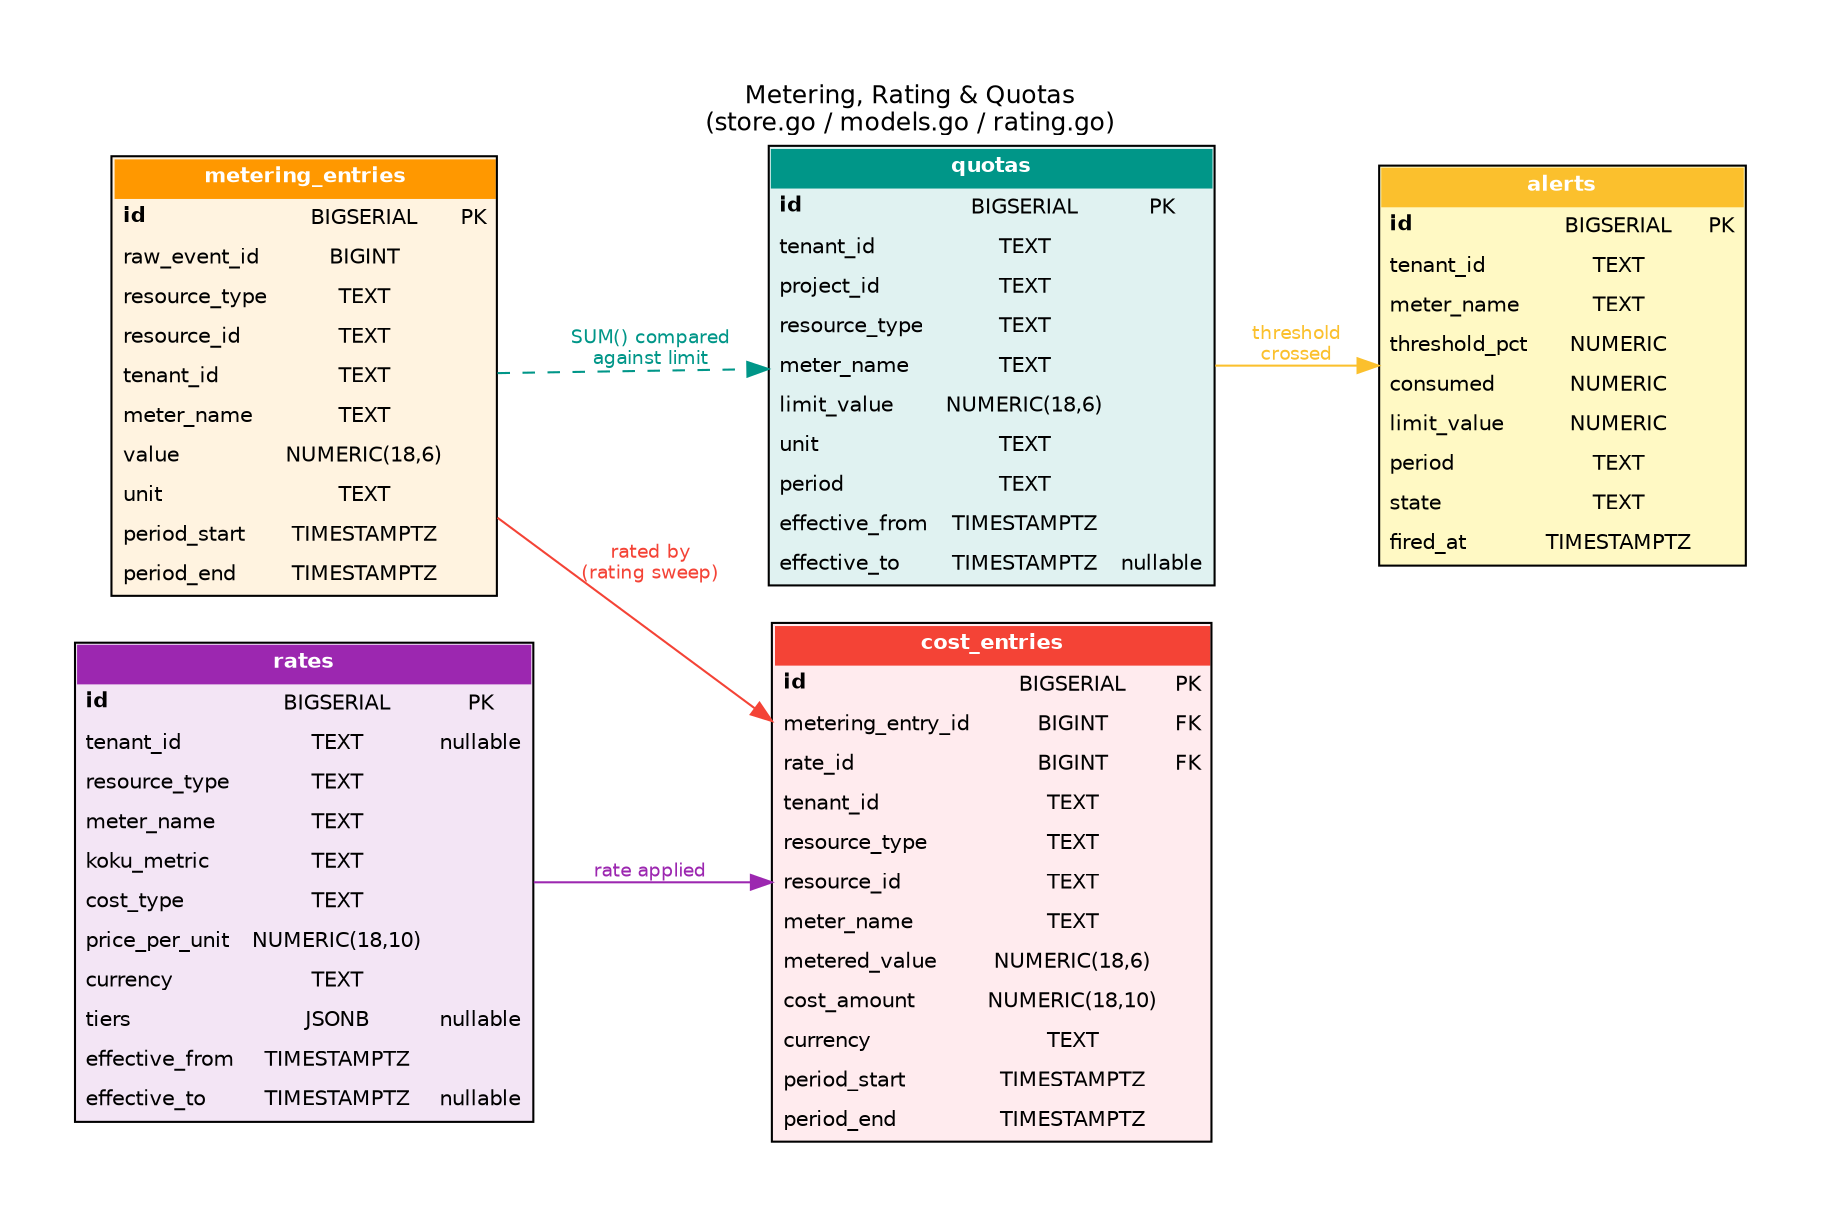
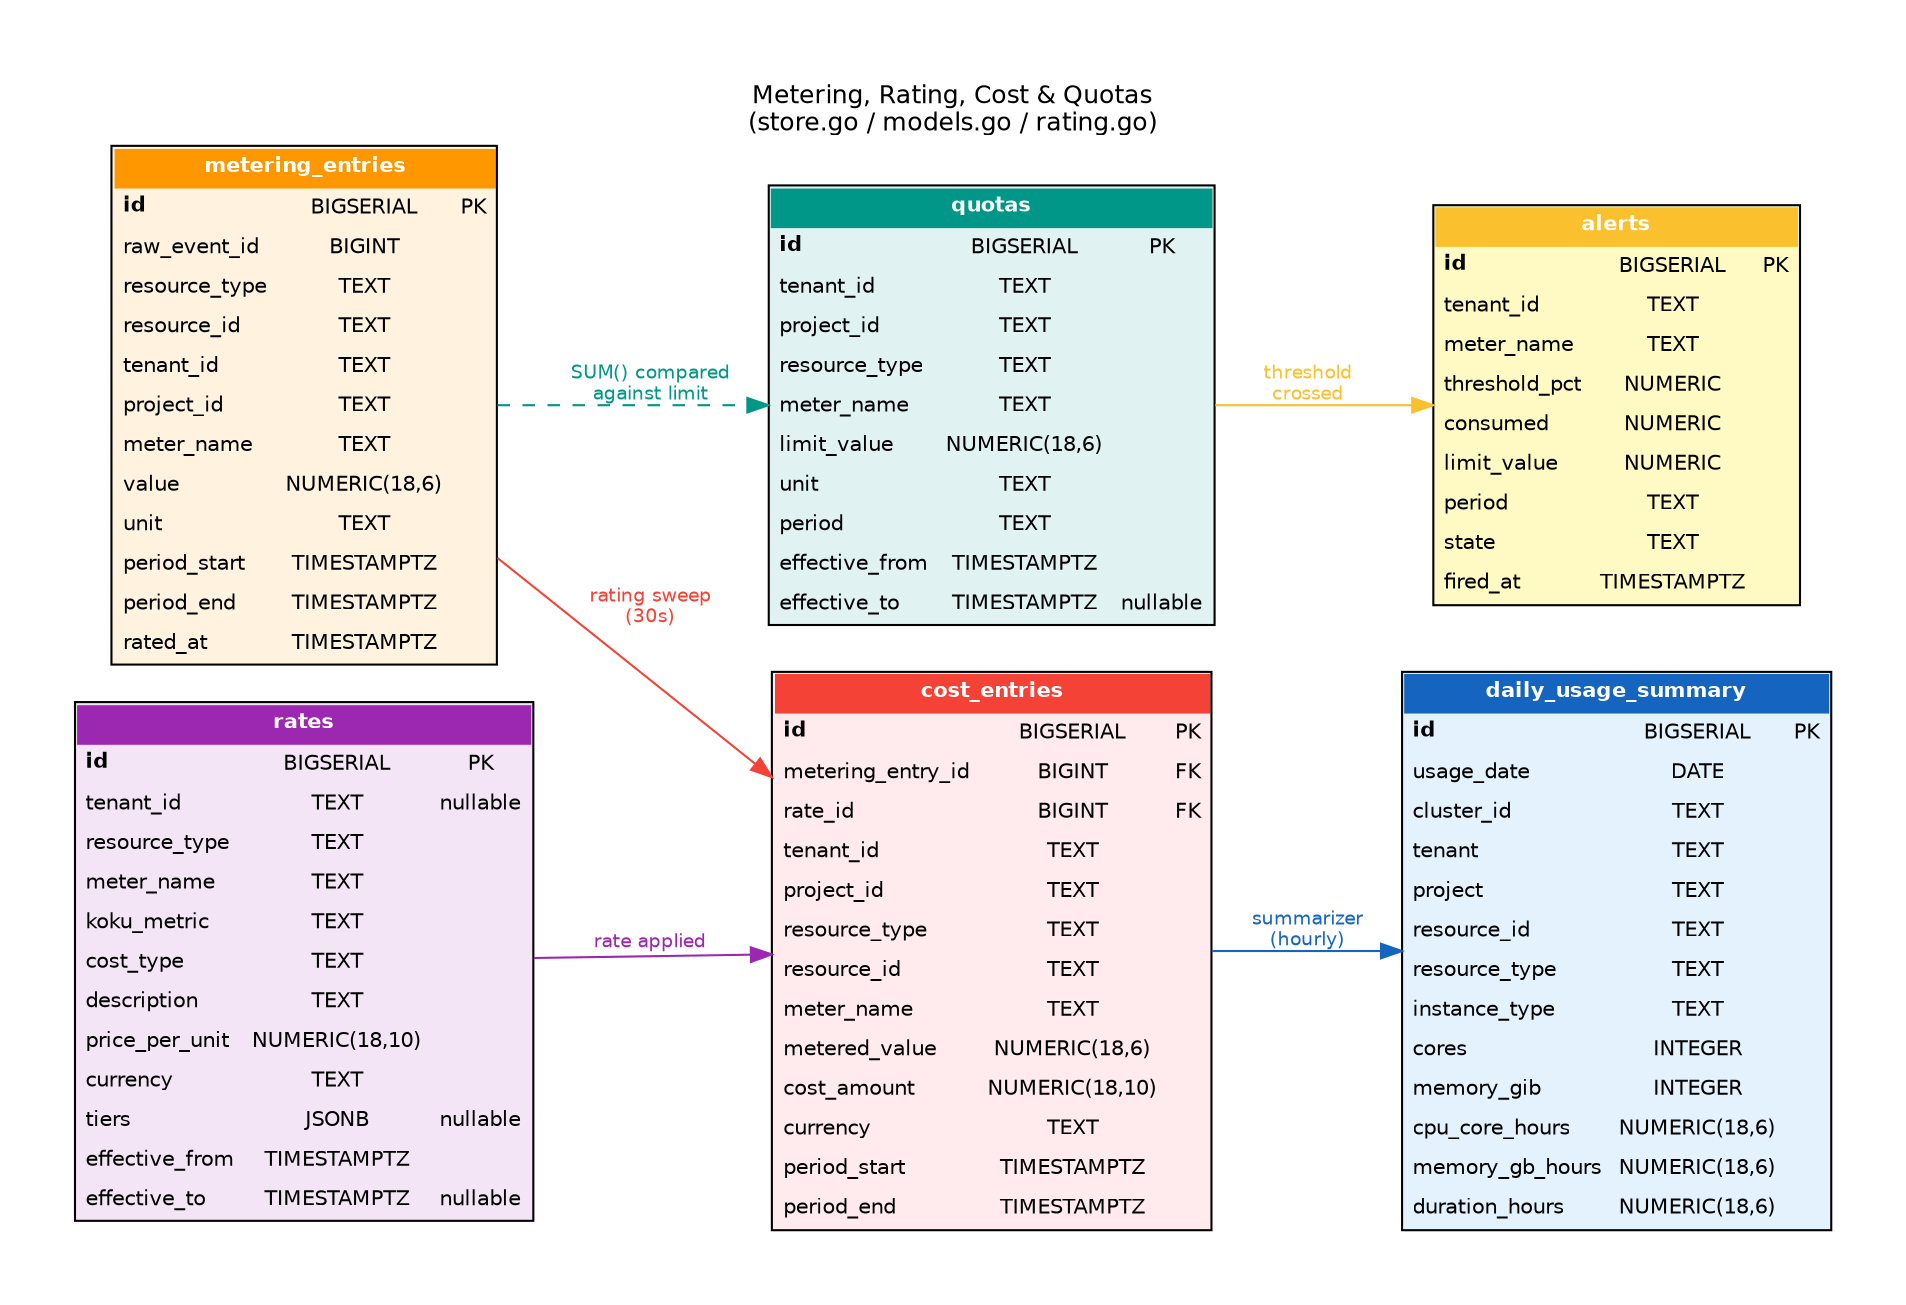
- // ERD: Metering, Rating & Quotas
- // Tables that track usage, apply rates, compute cost, and enforce quotas.
+ // ERD: Metering, Rating, Cost & Quotas
+ // Tables that track usage, apply rates, compute cost, enforce quotas,
+ // and aggregate daily summaries.
//
// Source: inventory-watcher/internal/inventory/store.go (schema)
// Models: inventory-watcher/internal/inventory/models.go
// Rating: inventory-watcher/internal/rating/rating.go

digraph erd_metering_cost {
    graph [
        rankdir=LR
        fontname="Helvetica"
        fontsize=12
-         label="Metering, Rating & Quotas\n(store.go / models.go / rating.go)"
+         label="Metering, Rating, Cost & Quotas\n(store.go / models.go / rating.go)"
        labelloc=t
        bgcolor=white
        pad=0.5
    ]
    node [
        shape=plain
        fontname="Helvetica"
        fontsize=10
    ]
    edge [
        fontname="Helvetica"
        fontsize=9
        color="#666666"
    ]

    metering_entries [label=<
        <TABLE BORDER="1" CELLBORDER="0" CELLSPACING="0" CELLPADDING="4" BGCOLOR="#FFF3E0">
            <TR><TD COLSPAN="3" BGCOLOR="#FF9800"><FONT COLOR="white"><B>metering_entries</B></FONT></TD></TR>
            <TR><TD ALIGN="LEFT"><B>id</B></TD><TD>BIGSERIAL</TD><TD>PK</TD></TR>
            <TR><TD ALIGN="LEFT">raw_event_id</TD><TD>BIGINT</TD><TD></TD></TR>
            <TR><TD ALIGN="LEFT">resource_type</TD><TD>TEXT</TD><TD></TD></TR>
            <TR><TD ALIGN="LEFT">resource_id</TD><TD>TEXT</TD><TD></TD></TR>
            <TR><TD ALIGN="LEFT">tenant_id</TD><TD>TEXT</TD><TD></TD></TR>
+             <TR><TD ALIGN="LEFT">project_id</TD><TD>TEXT</TD><TD></TD></TR>
            <TR><TD ALIGN="LEFT">meter_name</TD><TD>TEXT</TD><TD></TD></TR>
            <TR><TD ALIGN="LEFT">value</TD><TD>NUMERIC(18,6)</TD><TD></TD></TR>
            <TR><TD ALIGN="LEFT">unit</TD><TD>TEXT</TD><TD></TD></TR>
            <TR><TD ALIGN="LEFT">period_start</TD><TD>TIMESTAMPTZ</TD><TD></TD></TR>
            <TR><TD ALIGN="LEFT">period_end</TD><TD>TIMESTAMPTZ</TD><TD></TD></TR>
+             <TR><TD ALIGN="LEFT">rated_at</TD><TD>TIMESTAMPTZ</TD><TD></TD></TR>
        </TABLE>
    >]

    rates [label=<
        <TABLE BORDER="1" CELLBORDER="0" CELLSPACING="0" CELLPADDING="4" BGCOLOR="#F3E5F5">
            <TR><TD COLSPAN="3" BGCOLOR="#9C27B0"><FONT COLOR="white"><B>rates</B></FONT></TD></TR>
            <TR><TD ALIGN="LEFT"><B>id</B></TD><TD>BIGSERIAL</TD><TD>PK</TD></TR>
            <TR><TD ALIGN="LEFT">tenant_id</TD><TD>TEXT</TD><TD>nullable</TD></TR>
            <TR><TD ALIGN="LEFT">resource_type</TD><TD>TEXT</TD><TD></TD></TR>
            <TR><TD ALIGN="LEFT">meter_name</TD><TD>TEXT</TD><TD></TD></TR>
            <TR><TD ALIGN="LEFT">koku_metric</TD><TD>TEXT</TD><TD></TD></TR>
            <TR><TD ALIGN="LEFT">cost_type</TD><TD>TEXT</TD><TD></TD></TR>
+             <TR><TD ALIGN="LEFT">description</TD><TD>TEXT</TD><TD></TD></TR>
            <TR><TD ALIGN="LEFT">price_per_unit</TD><TD>NUMERIC(18,10)</TD><TD></TD></TR>
            <TR><TD ALIGN="LEFT">currency</TD><TD>TEXT</TD><TD></TD></TR>
            <TR><TD ALIGN="LEFT">tiers</TD><TD>JSONB</TD><TD>nullable</TD></TR>
            <TR><TD ALIGN="LEFT">effective_from</TD><TD>TIMESTAMPTZ</TD><TD></TD></TR>
            <TR><TD ALIGN="LEFT">effective_to</TD><TD>TIMESTAMPTZ</TD><TD>nullable</TD></TR>
        </TABLE>
    >]

    cost_entries [label=<
        <TABLE BORDER="1" CELLBORDER="0" CELLSPACING="0" CELLPADDING="4" BGCOLOR="#FFEBEE">
            <TR><TD COLSPAN="3" BGCOLOR="#F44336"><FONT COLOR="white"><B>cost_entries</B></FONT></TD></TR>
            <TR><TD ALIGN="LEFT"><B>id</B></TD><TD>BIGSERIAL</TD><TD>PK</TD></TR>
            <TR><TD ALIGN="LEFT">metering_entry_id</TD><TD>BIGINT</TD><TD>FK</TD></TR>
            <TR><TD ALIGN="LEFT">rate_id</TD><TD>BIGINT</TD><TD>FK</TD></TR>
            <TR><TD ALIGN="LEFT">tenant_id</TD><TD>TEXT</TD><TD></TD></TR>
+             <TR><TD ALIGN="LEFT">project_id</TD><TD>TEXT</TD><TD></TD></TR>
            <TR><TD ALIGN="LEFT">resource_type</TD><TD>TEXT</TD><TD></TD></TR>
            <TR><TD ALIGN="LEFT">resource_id</TD><TD>TEXT</TD><TD></TD></TR>
            <TR><TD ALIGN="LEFT">meter_name</TD><TD>TEXT</TD><TD></TD></TR>
            <TR><TD ALIGN="LEFT">metered_value</TD><TD>NUMERIC(18,6)</TD><TD></TD></TR>
            <TR><TD ALIGN="LEFT">cost_amount</TD><TD>NUMERIC(18,10)</TD><TD></TD></TR>
            <TR><TD ALIGN="LEFT">currency</TD><TD>TEXT</TD><TD></TD></TR>
            <TR><TD ALIGN="LEFT">period_start</TD><TD>TIMESTAMPTZ</TD><TD></TD></TR>
            <TR><TD ALIGN="LEFT">period_end</TD><TD>TIMESTAMPTZ</TD><TD></TD></TR>
+         </TABLE>
+     >]
+ 
+     daily_usage_summary [label=<
+         <TABLE BORDER="1" CELLBORDER="0" CELLSPACING="0" CELLPADDING="4" BGCOLOR="#E3F2FD">
+             <TR><TD COLSPAN="3" BGCOLOR="#1565C0"><FONT COLOR="white"><B>daily_usage_summary</B></FONT></TD></TR>
+             <TR><TD ALIGN="LEFT"><B>id</B></TD><TD>BIGSERIAL</TD><TD>PK</TD></TR>
+             <TR><TD ALIGN="LEFT">usage_date</TD><TD>DATE</TD><TD></TD></TR>
+             <TR><TD ALIGN="LEFT">cluster_id</TD><TD>TEXT</TD><TD></TD></TR>
+             <TR><TD ALIGN="LEFT">tenant</TD><TD>TEXT</TD><TD></TD></TR>
+             <TR><TD ALIGN="LEFT">project</TD><TD>TEXT</TD><TD></TD></TR>
+             <TR><TD ALIGN="LEFT">resource_id</TD><TD>TEXT</TD><TD></TD></TR>
+             <TR><TD ALIGN="LEFT">resource_type</TD><TD>TEXT</TD><TD></TD></TR>
+             <TR><TD ALIGN="LEFT">instance_type</TD><TD>TEXT</TD><TD></TD></TR>
+             <TR><TD ALIGN="LEFT">cores</TD><TD>INTEGER</TD><TD></TD></TR>
+             <TR><TD ALIGN="LEFT">memory_gib</TD><TD>INTEGER</TD><TD></TD></TR>
+             <TR><TD ALIGN="LEFT">cpu_core_hours</TD><TD>NUMERIC(18,6)</TD><TD></TD></TR>
+             <TR><TD ALIGN="LEFT">memory_gb_hours</TD><TD>NUMERIC(18,6)</TD><TD></TD></TR>
+             <TR><TD ALIGN="LEFT">duration_hours</TD><TD>NUMERIC(18,6)</TD><TD></TD></TR>
        </TABLE>
    >]

    quotas [label=<
        <TABLE BORDER="1" CELLBORDER="0" CELLSPACING="0" CELLPADDING="4" BGCOLOR="#E0F2F1">
            <TR><TD COLSPAN="3" BGCOLOR="#009688"><FONT COLOR="white"><B>quotas</B></FONT></TD></TR>
            <TR><TD ALIGN="LEFT"><B>id</B></TD><TD>BIGSERIAL</TD><TD>PK</TD></TR>
            <TR><TD ALIGN="LEFT">tenant_id</TD><TD>TEXT</TD><TD></TD></TR>
            <TR><TD ALIGN="LEFT">project_id</TD><TD>TEXT</TD><TD></TD></TR>
            <TR><TD ALIGN="LEFT">resource_type</TD><TD>TEXT</TD><TD></TD></TR>
            <TR><TD ALIGN="LEFT">meter_name</TD><TD>TEXT</TD><TD></TD></TR>
            <TR><TD ALIGN="LEFT">limit_value</TD><TD>NUMERIC(18,6)</TD><TD></TD></TR>
            <TR><TD ALIGN="LEFT">unit</TD><TD>TEXT</TD><TD></TD></TR>
            <TR><TD ALIGN="LEFT">period</TD><TD>TEXT</TD><TD></TD></TR>
            <TR><TD ALIGN="LEFT">effective_from</TD><TD>TIMESTAMPTZ</TD><TD></TD></TR>
            <TR><TD ALIGN="LEFT">effective_to</TD><TD>TIMESTAMPTZ</TD><TD>nullable</TD></TR>
        </TABLE>
    >]

    alerts [label=<
        <TABLE BORDER="1" CELLBORDER="0" CELLSPACING="0" CELLPADDING="4" BGCOLOR="#FFF9C4">
            <TR><TD COLSPAN="3" BGCOLOR="#FBC02D"><FONT COLOR="white"><B>alerts</B></FONT></TD></TR>
            <TR><TD ALIGN="LEFT"><B>id</B></TD><TD>BIGSERIAL</TD><TD>PK</TD></TR>
            <TR><TD ALIGN="LEFT">tenant_id</TD><TD>TEXT</TD><TD></TD></TR>
            <TR><TD ALIGN="LEFT">meter_name</TD><TD>TEXT</TD><TD></TD></TR>
            <TR><TD ALIGN="LEFT">threshold_pct</TD><TD>NUMERIC</TD><TD></TD></TR>
            <TR><TD ALIGN="LEFT">consumed</TD><TD>NUMERIC</TD><TD></TD></TR>
            <TR><TD ALIGN="LEFT">limit_value</TD><TD>NUMERIC</TD><TD></TD></TR>
            <TR><TD ALIGN="LEFT">period</TD><TD>TEXT</TD><TD></TD></TR>
            <TR><TD ALIGN="LEFT">state</TD><TD>TEXT</TD><TD></TD></TR>
            <TR><TD ALIGN="LEFT">fired_at</TD><TD>TIMESTAMPTZ</TD><TD></TD></TR>
        </TABLE>
    >]

    // Data flow
-     metering_entries -> cost_entries [label="rated by\n(rating sweep)" color="#F44336" fontcolor="#F44336"]
+     metering_entries -> cost_entries [label="rating sweep\n(30s)" color="#F44336" fontcolor="#F44336"]
    rates -> cost_entries [label="rate applied" color="#9C27B0" fontcolor="#9C27B0"]
    metering_entries -> quotas [label="SUM() compared\nagainst limit" style=dashed color="#009688" fontcolor="#009688"]
    quotas -> alerts [label="threshold\ncrossed" color="#FBC02D" fontcolor="#FBC02D"]
+     cost_entries -> daily_usage_summary [label="summarizer\n(hourly)" color="#1565C0" fontcolor="#1565C0"]
}
